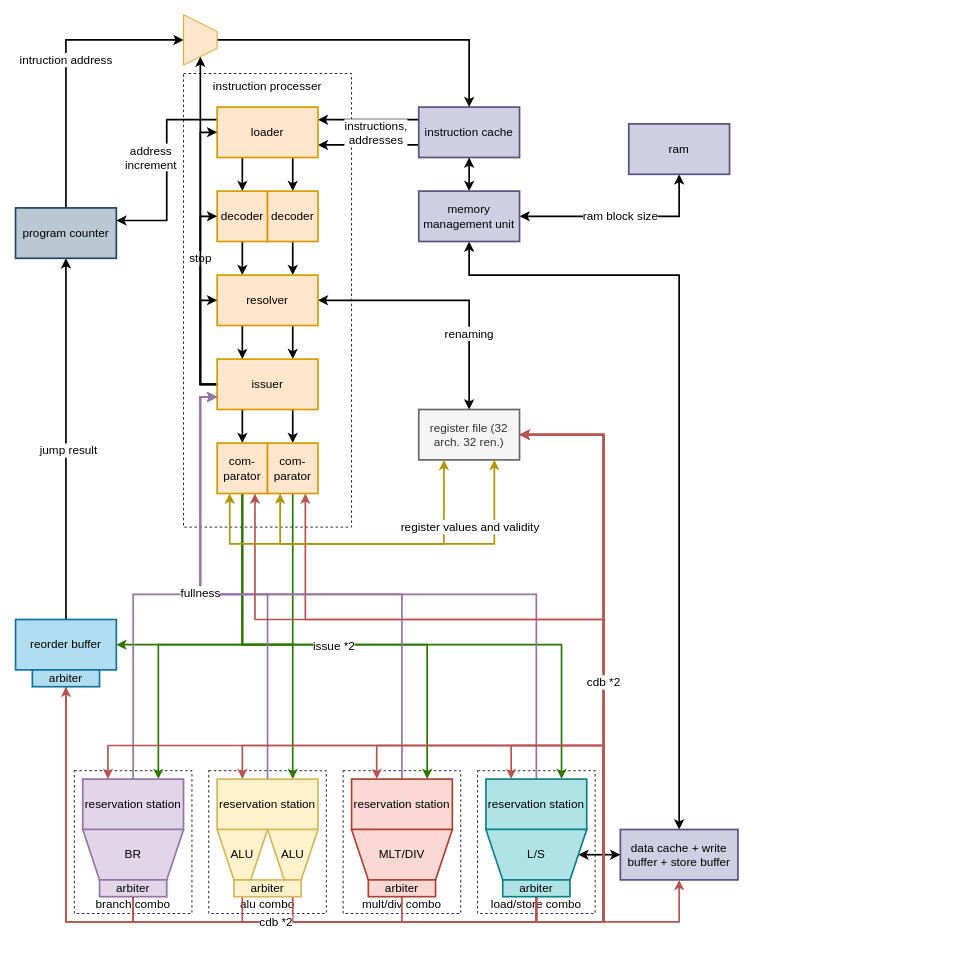
Above: docs/diagrams/vtm-mk.II.drawio in veznitom/VTM (draw.io), before the change. Source tidied: cells renumbered, new cells numbered last; positions are measured from the earlier drawing's top-left corner, leaving out a move shared by most shapes. Both pictures are drawn from the tidied source at 84%, with x=0, y=0 at pixel (15, 23).
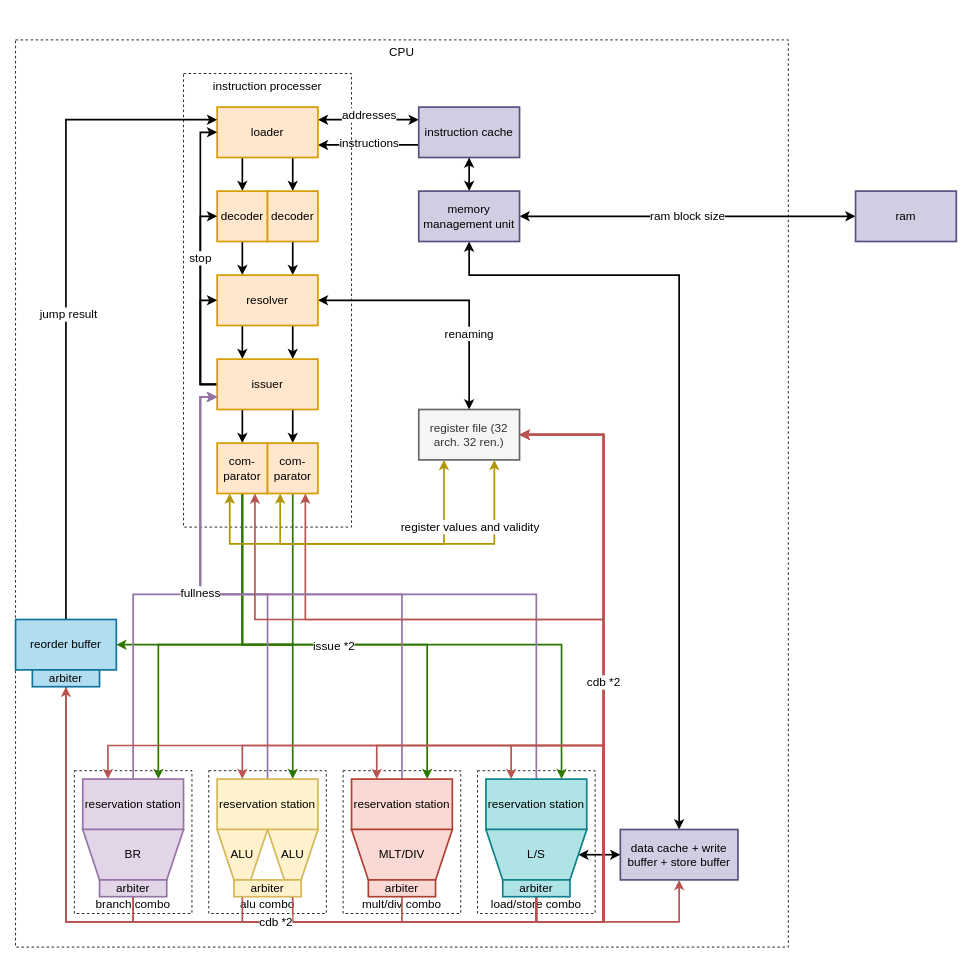
The same diagram, later.

Unchanged cells that the change refers to:
```xml
<mxCell id="2" style="edgeStyle=orthogonalEdgeStyle;rounded=0;jettySize=auto;html=1;exitX=0;exitY=0.75;exitDx=0;exitDy=0;entryX=1;entryY=0.75;entryDx=0;entryDy=0;fontSize=14;strokeWidth=2;" parent="1" edge="1" source="10" target="15">
  <mxGeometry relative="1" as="geometry" />
</mxCell>
<mxCell id="10" value="instruction cache" style="rounded=0;whiteSpace=wrap;html=1;fontSize=14;strokeWidth=2;fillColor=#d0cee2;strokeColor=#56517e;" parent="1" vertex="1">
  <mxGeometry x="480" y="100" width="120" height="60" as="geometry" />
</mxCell>
<mxCell id="15" value="loader" style="rounded=0;whiteSpace=wrap;html=1;fontSize=14;strokeWidth=2;fillColor=#ffe6cc;strokeColor=#d79b00;" parent="1" vertex="1">
  <mxGeometry x="240" y="100" width="120" height="60" as="geometry" />
</mxCell>
<mxCell id="32" value="issuer" style="rounded=0;whiteSpace=wrap;html=1;fontSize=14;strokeWidth=2;fillColor=#ffe6cc;strokeColor=#d79b00;" parent="1" vertex="1">
  <mxGeometry x="240" y="400" width="120" height="60" as="geometry" />
</mxCell>
<mxCell id="42" value="memory management unit" style="rounded=0;whiteSpace=wrap;html=1;fontSize=14;strokeWidth=2;fillColor=#d0cee2;strokeColor=#56517e;" parent="1" vertex="1">
  <mxGeometry x="480" y="200" width="120" height="60" as="geometry" />
</mxCell>
<mxCell id="72" value="reorder buffer" style="rounded=0;whiteSpace=wrap;html=1;fontSize=14;strokeWidth=2;fillColor=#b1ddf0;strokeColor=#10739e;" parent="1" vertex="1">
  <mxGeometry y="710" width="120" height="60" as="geometry" />
</mxCell>
```

What changed in the source:
```diff
@@
+    <mxCell id="89" value="CPU" style="rounded=0;whiteSpace=wrap;html=1;fillColor=none;dashed=1;verticalAlign=top;align=center;horizontal=1;fontSize=14;fontStyle=0;" parent="1" vertex="1">
+      <mxGeometry y="20" width="920" height="1080" as="geometry" />
+    </mxCell>
@@
+    <mxCell id="90" value="&lt;font style=&quot;font-size: 14px;&quot;&gt;instructions&lt;/font&gt;" style="edgeLabel;html=1;align=center;verticalAlign=middle;" parent="2" vertex="1">
+      <mxGeometry x="0.15" y="-3" relative="1" as="geometry">
+        <mxPoint x="9" as="offset" />
+      </mxGeometry>
+    </mxCell>
@@
-    <mxCell id="8" style="edgeStyle=orthogonalEdgeStyle;rounded=0;jettySize=auto;html=1;exitX=0;exitY=0.25;exitDx=0;exitDy=0;entryX=1;entryY=0.25;entryDx=0;entryDy=0;fontSize=14;strokeWidth=2;" parent="1" edge="1" source="10" target="15">
+    <mxCell id="8" style="edgeStyle=orthogonalEdgeStyle;rounded=0;jettySize=auto;html=1;exitX=0;exitY=0.25;exitDx=0;exitDy=0;entryX=1;entryY=0.25;entryDx=0;entryDy=0;fontSize=14;strokeWidth=2;startArrow=classic;startFill=1;" parent="1" edge="1" source="10" target="15">
       <mxGeometry relative="1" as="geometry" />
     </mxCell>
-    <mxCell id="9" value="&lt;font style=&quot;font-size: 14px;&quot;&gt;instructions,&lt;br&gt;addresses&lt;br&gt;&lt;/font&gt;" style="edgeLabel;html=1;align=center;verticalAlign=middle;" parent="8" vertex="1">
+    <mxCell id="9" value="&lt;font style=&quot;font-size: 14px;&quot;&gt;addresses&lt;br&gt;&lt;/font&gt;" style="edgeLabel;html=1;align=center;verticalAlign=middle;rotation=0;" parent="8" vertex="1">
       <mxGeometry x="-0.14" y="-3" relative="1" as="geometry">
-        <mxPoint y="18" as="offset" />
+        <mxPoint x="-8" y="-2" as="offset" />
       </mxGeometry>
     </mxCell>
@@
-    <mxCell id="13" style="edgeStyle=orthogonalEdgeStyle;rounded=0;jettySize=auto;html=1;exitX=0;exitY=0.25;exitDx=0;exitDy=0;entryX=1;entryY=0.25;entryDx=0;entryDy=0;fontSize=14;strokeWidth=2;startArrow=none;startFill=0;endArrow=classic;endFill=1;" parent="1" edge="1" source="15" target="75">
-      <mxGeometry relative="1" as="geometry" />
-    </mxCell>
-    <mxCell id="14" value="&lt;font style=&quot;font-size: 14px;&quot;&gt;address&lt;br&gt;increment&lt;/font&gt;" style="edgeLabel;html=1;align=center;verticalAlign=middle;" parent="13" vertex="1">
-      <mxGeometry x="-0.13" y="1" relative="1" as="geometry">
-        <mxPoint x="-21" as="offset" />
-      </mxGeometry>
-    </mxCell>
@@
-    <mxCell id="31" style="edgeStyle=orthogonalEdgeStyle;rounded=0;jettySize=auto;html=1;exitX=0;exitY=0.5;exitDx=0;exitDy=0;entryX=1;entryY=0.5;entryDx=0;entryDy=0;strokeWidth=2;" parent="1" edge="1" source="32" target="88">
-      <mxGeometry relative="1" as="geometry" />
-    </mxCell>
@@
-    <mxCell id="41" value="ram block size" style="edgeStyle=orthogonalEdgeStyle;rounded=0;jettySize=auto;html=1;entryX=0.5;entryY=1;entryDx=0;entryDy=0;startArrow=classic;startFill=1;fontSize=14;strokeWidth=2;" parent="1" edge="1" source="42" target="44">
+    <mxCell id="41" value="ram block size" style="edgeStyle=orthogonalEdgeStyle;rounded=0;jettySize=auto;html=1;entryX=0;entryY=0.5;entryDx=0;entryDy=0;startArrow=classic;startFill=1;fontSize=14;strokeWidth=2;" parent="1" edge="1" source="42" target="44">
       <mxGeometry relative="1" as="geometry" />
     </mxCell>
@@
     <mxCell id="44" value="ram" style="rounded=0;whiteSpace=wrap;html=1;fontSize=14;strokeWidth=2;fillColor=#d0cee2;strokeColor=#56517e;" parent="1" vertex="1">
-      <mxGeometry x="730" y="120" width="120" height="60" as="geometry" />
+      <mxGeometry x="1000" y="200" width="120" height="60" as="geometry" />
     </mxCell>
@@
-    <mxCell id="69" style="edgeStyle=orthogonalEdgeStyle;rounded=0;jettySize=auto;html=1;exitX=0.5;exitY=0;exitDx=0;exitDy=0;entryX=0.5;entryY=1;entryDx=0;entryDy=0;fontSize=14;strokeWidth=2;" parent="1" edge="1" source="72" target="75">
+    <mxCell id="69" style="edgeStyle=orthogonalEdgeStyle;rounded=0;jettySize=auto;html=1;exitX=0.5;exitY=0;exitDx=0;exitDy=0;entryX=0;entryY=0.25;entryDx=0;entryDy=0;fontSize=14;strokeWidth=2;" parent="1" edge="1" source="72" target="15">
       <mxGeometry relative="1" as="geometry" />
     </mxCell>
@@
-    <mxCell id="73" style="edgeStyle=orthogonalEdgeStyle;rounded=0;jettySize=auto;html=1;exitX=0.5;exitY=0;exitDx=0;exitDy=0;fontSize=14;strokeWidth=2;entryX=0.5;entryY=1;entryDx=0;entryDy=0;" parent="1" edge="1" source="75" target="88">
-      <mxGeometry relative="1" as="geometry">
-        <Array as="points">
-          <mxPoint x="60" y="20" />
-        </Array>
-      </mxGeometry>
-    </mxCell>
-    <mxCell id="74" value="intruction address" style="edgeLabel;html=1;align=center;verticalAlign=middle;fontSize=14;" parent="73" vertex="1">
-      <mxGeometry x="0.04" y="1" relative="1" as="geometry" />
-    </mxCell>
-    <mxCell id="75" value="program counter" style="rounded=0;whiteSpace=wrap;html=1;fontSize=14;strokeWidth=2;fillColor=#bac8d3;strokeColor=#23445d;" parent="1" vertex="1">
-      <mxGeometry y="220" width="120" height="60" as="geometry" />
-    </mxCell>
@@
-    <mxCell id="87" style="edgeStyle=orthogonalEdgeStyle;rounded=0;jettySize=auto;html=1;exitX=0.5;exitY=0;exitDx=0;exitDy=0;entryX=0.5;entryY=0;entryDx=0;entryDy=0;strokeWidth=2;" parent="1" edge="1" source="88" target="10">
-      <mxGeometry relative="1" as="geometry" />
-    </mxCell>
-    <mxCell id="88" style="shape=trapezoid;perimeter=trapezoidPerimeter;whiteSpace=wrap;html=1;fixedSize=1;rotation=90;fillColor=#ffe6cc;strokeColor=#d79b00;" parent="1" vertex="1">
-      <mxGeometry x="190" width="60" height="40" as="geometry" />
-    </mxCell>
```
